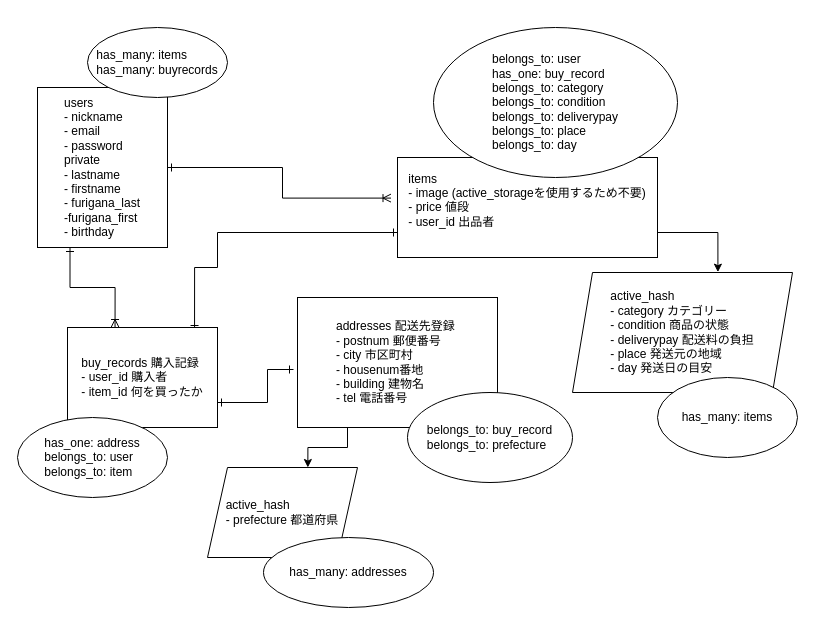
This is furima.dio from okan08/furima-28625, a draw.io file, before an edit. Source tidied: cells renumbered, new cells numbered last; positions are measured from the earlier drawing's top-left corner, leaving out a move shared by most shapes. Both pictures are drawn from the tidied source at 100%, with x=0, y=0 at pixel (17, 27).
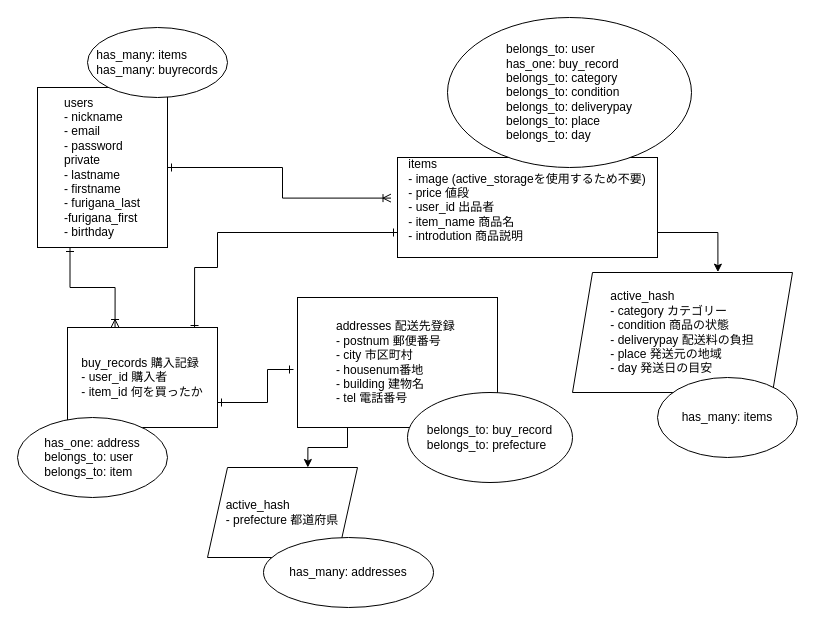
The same diagram, later.

Commit message (it also covers changes not shown here):
テーブル設計修正③

What changed in the source:
```diff
@@
-    <mxCell id="7" value="&lt;div style=&quot;text-align: justify&quot;&gt;items&lt;/div&gt;&lt;div style=&quot;text-align: justify&quot;&gt;&lt;span&gt;- image (active_storageを使用するため不要)&lt;/span&gt;&lt;/div&gt;&lt;div style=&quot;text-align: justify&quot;&gt;&lt;span&gt;- price 値段&lt;/span&gt;&lt;/div&gt;&lt;div style=&quot;text-align: justify&quot;&gt;&lt;span&gt;- user_id 出品者&lt;/span&gt;&lt;/div&gt;&lt;div style=&quot;text-align: justify&quot;&gt;&lt;br&gt;&lt;/div&gt;" style="rounded=0;whiteSpace=wrap;html=1;" parent="1" vertex="1">
+    <mxCell id="7" value="&lt;div style=&quot;text-align: justify&quot;&gt;items&lt;/div&gt;&lt;div style=&quot;text-align: justify&quot;&gt;&lt;span&gt;- image (active_storageを使用するため不要)&lt;/span&gt;&lt;/div&gt;&lt;div style=&quot;text-align: justify&quot;&gt;&lt;span&gt;- price 値段&lt;/span&gt;&lt;/div&gt;&lt;div style=&quot;text-align: justify&quot;&gt;&lt;span&gt;- user_id 出品者&lt;/span&gt;&lt;/div&gt;&lt;div style=&quot;text-align: justify&quot;&gt;&lt;span&gt;- item_name 商品名&lt;/span&gt;&lt;/div&gt;&lt;div style=&quot;text-align: justify&quot;&gt;&lt;span&gt;- introdution 商品説明&lt;/span&gt;&lt;/div&gt;&lt;div style=&quot;text-align: justify&quot;&gt;&lt;br&gt;&lt;/div&gt;" style="rounded=0;whiteSpace=wrap;html=1;" parent="1" vertex="1">
       <mxGeometry x="380" y="130" width="260" height="100" as="geometry" />
     </mxCell>
@@
     <mxCell id="14" value="&lt;div style=&quot;text-align: justify&quot;&gt;&lt;span&gt;belongs_to: user&lt;/span&gt;&lt;/div&gt;&lt;div style=&quot;text-align: justify&quot;&gt;&lt;span&gt;has_one: buy_record&lt;/span&gt;&lt;/div&gt;&lt;div style=&quot;text-align: justify&quot;&gt;&lt;span&gt;belongs_to: category&lt;/span&gt;&lt;/div&gt;&lt;div style=&quot;text-align: justify&quot;&gt;belongs_to: condition&lt;span&gt;&lt;br&gt;&lt;/span&gt;&lt;/div&gt;&lt;div style=&quot;text-align: justify&quot;&gt;belongs_to: deliverypay&lt;br&gt;&lt;/div&gt;&lt;div style=&quot;text-align: justify&quot;&gt;belongs_to: place&lt;br&gt;&lt;/div&gt;&lt;div style=&quot;text-align: justify&quot;&gt;belongs_to: day&lt;br&gt;&lt;/div&gt;" style="ellipse;whiteSpace=wrap;html=1;" parent="1" vertex="1">
-      <mxGeometry x="416" width="244" height="150" as="geometry" />
+      <mxGeometry x="430" y="-10" width="244" height="150" as="geometry" />
     </mxCell>
```
